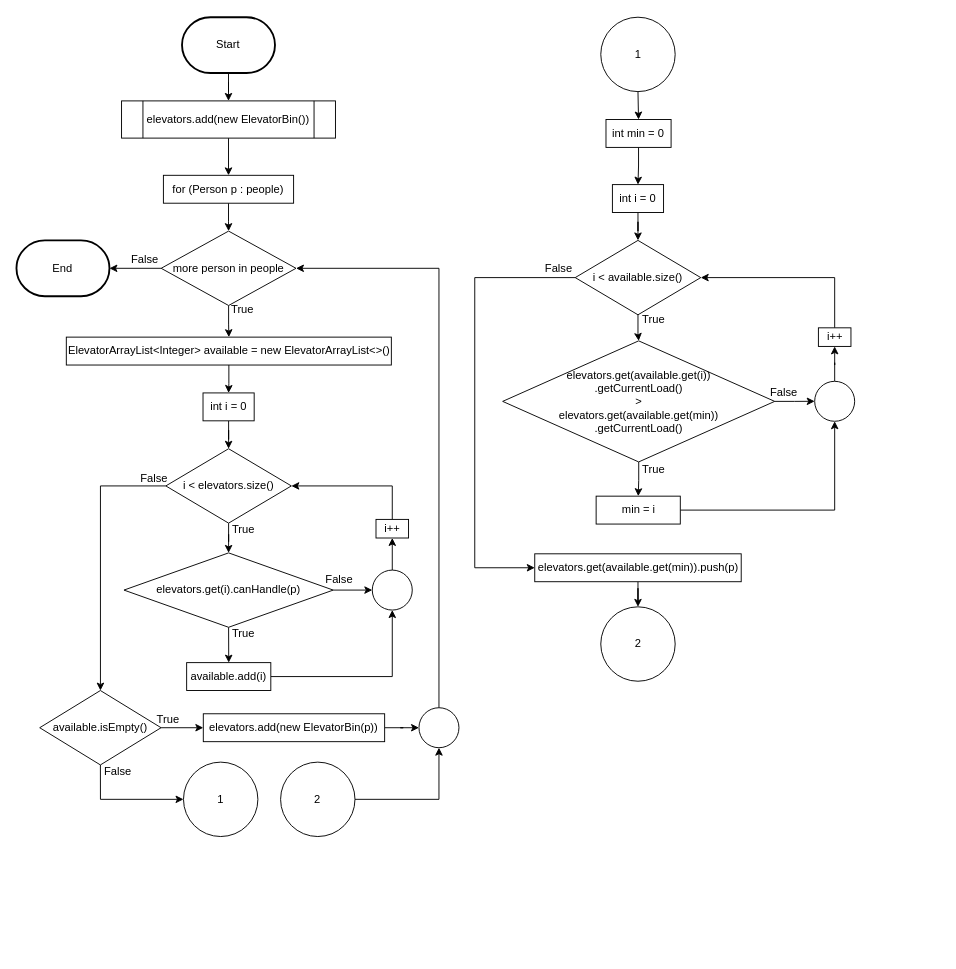
The draw.io diagram page "bestFit()" (2 of 5) of flowcharts/flowcharts.drawio in Violetlily6060/Algorithm, before the edit. Source tidied: cells renumbered, new cells numbered last; positions are measured from the earlier drawing's top-left corner, leaving out a move shared by most shapes. Both pictures are drawn from the tidied source at 93%, with x=0, y=0 at pixel (16, 17).
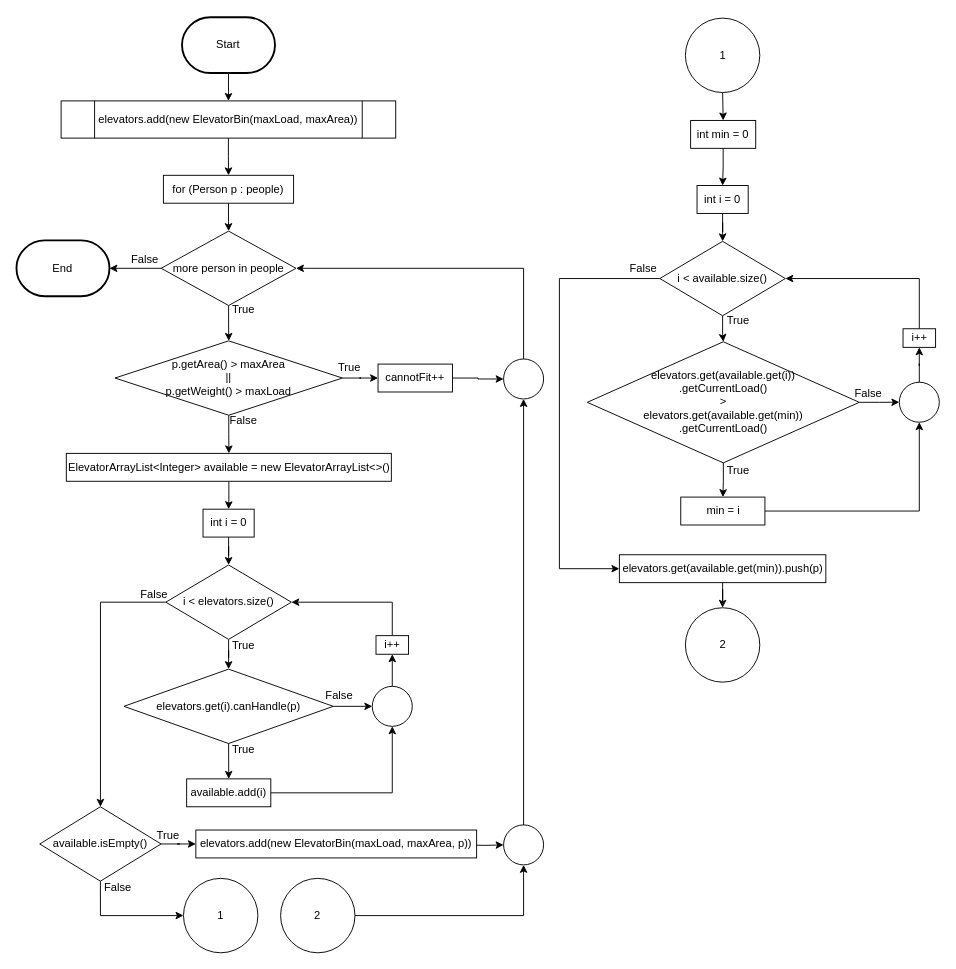
After the change.

The change refers to these unchanged cells:
```xml
<mxCell id="10" value="more person in people" style="rhombus;whiteSpace=wrap;html=1;" parent="1" vertex="1">
  <mxGeometry x="155.8" y="230" width="145" height="80" as="geometry" />
</mxCell>
```

The edit, as a diff of the source:
```diff
@@
-    <mxCell id="5" value="elevators.add(new ElevatorBin())" style="shape=process;whiteSpace=wrap;html=1;backgroundOutline=1;" parent="1" vertex="1">
-      <mxGeometry x="113.2" y="90" width="230" height="40" as="geometry" />
+    <mxCell id="5" value="elevators.add(new ElevatorBin(maxLoad, maxArea))" style="shape=process;whiteSpace=wrap;html=1;backgroundOutline=1;" parent="1" vertex="1">
+      <mxGeometry x="48.2" y="90" width="359.8" height="40" as="geometry" />
     </mxCell>
@@
-    <mxCell id="9" style="edgeStyle=orthogonalEdgeStyle;rounded=0;jettySize=auto;html=1;" parent="1" edge="1" source="10" target="22">
-      <mxGeometry relative="1" as="geometry" />
-    </mxCell>
+    <mxCell id="71" style="edgeStyle=orthogonalEdgeStyle;rounded=0;jettySize=auto;html=1;" parent="1" edge="1" source="10" target="75">
+      <mxGeometry relative="1" as="geometry" />
+    </mxCell>
@@
     <mxCell id="12" value="int i = 0" style="rounded=0;whiteSpace=wrap;html=1;" parent="1" vertex="1">
-      <mxGeometry x="200.8" y="404" width="55" height="30" as="geometry" />
+      <mxGeometry x="200.8" y="529" width="55" height="30" as="geometry" />
     </mxCell>
@@
     <mxCell id="15" value="i &amp;lt; elevators.size()" style="rhombus;whiteSpace=wrap;html=1;" parent="1" vertex="1">
-      <mxGeometry x="160.8" y="464" width="135" height="80" as="geometry" />
+      <mxGeometry x="160.8" y="589" width="135" height="80" as="geometry" />
     </mxCell>
@@
     <mxCell id="18" value="elevators.get(i).canHandle(p)" style="rhombus;whiteSpace=wrap;html=1;" parent="1" vertex="1">
-      <mxGeometry x="115.8" y="576" width="225" height="80" as="geometry" />
+      <mxGeometry x="115.8" y="701" width="225" height="80" as="geometry" />
     </mxCell>
@@
     <mxCell id="20" value="available.add(i)" style="rounded=0;whiteSpace=wrap;html=1;" parent="1" vertex="1">
-      <mxGeometry x="183.2" y="694" width="90.5" height="30" as="geometry" />
+      <mxGeometry x="183.2" y="819" width="90.5" height="30" as="geometry" />
     </mxCell>
@@
     <mxCell id="22" value="ElevatorArrayList&amp;lt;Integer&amp;gt; available = new ElevatorArrayList&amp;lt;&amp;gt;()" style="rounded=0;whiteSpace=wrap;html=1;" parent="1" vertex="1">
-      <mxGeometry x="53.8" y="344" width="349.5" height="30" as="geometry" />
+      <mxGeometry x="53.8" y="469" width="349.5" height="30" as="geometry" />
     </mxCell>
@@
     <mxCell id="24" value="i++" style="rounded=0;whiteSpace=wrap;html=1;" parent="1" vertex="1">
-      <mxGeometry x="386.8" y="540" width="35" height="20" as="geometry" />
+      <mxGeometry x="386.8" y="665" width="35" height="20" as="geometry" />
     </mxCell>
     <mxCell id="25" value="True" style="text;html=1;align=center;verticalAlign=middle;strokeColor=none;fillColor=none;" parent="1" vertex="1">
-      <mxGeometry x="217.8" y="300" width="50" height="30" as="geometry" />
+      <mxGeometry x="218.8" y="300" width="50" height="30" as="geometry" />
     </mxCell>
     <mxCell id="26" value="True" style="text;html=1;align=center;verticalAlign=middle;strokeColor=none;fillColor=none;" parent="1" vertex="1">
-      <mxGeometry x="218.8" y="536" width="50" height="30" as="geometry" />
+      <mxGeometry x="218.8" y="661" width="50" height="30" as="geometry" />
     </mxCell>
     <mxCell id="27" value="True" style="text;html=1;align=center;verticalAlign=middle;strokeColor=none;fillColor=none;" parent="1" vertex="1">
-      <mxGeometry x="218.8" y="648" width="50" height="30" as="geometry" />
+      <mxGeometry x="218.8" y="773" width="50" height="30" as="geometry" />
     </mxCell>
     <mxCell id="28" value="False" style="text;html=1;align=center;verticalAlign=middle;strokeColor=none;fillColor=none;" parent="1" vertex="1">
-      <mxGeometry x="322.2" y="590" width="50" height="30" as="geometry" />
+      <mxGeometry x="322.2" y="715" width="50" height="30" as="geometry" />
     </mxCell>
     <mxCell id="29" value="False" style="text;html=1;align=center;verticalAlign=middle;strokeColor=none;fillColor=none;" parent="1" vertex="1">
-      <mxGeometry x="123.2" y="481" width="50" height="30" as="geometry" />
+      <mxGeometry x="123.2" y="606" width="50" height="30" as="geometry" />
     </mxCell>
@@
     <mxCell id="33" style="ellipse;whiteSpace=wrap;html=1;" parent="1" vertex="1">
-      <mxGeometry x="382.8" y="594.5" width="43" height="43" as="geometry" />
+      <mxGeometry x="382.8" y="719.5" width="43" height="43" as="geometry" />
     </mxCell>
@@
     <mxCell id="36" value="available.isEmpty()" style="rhombus;whiteSpace=wrap;html=1;" parent="1" vertex="1">
-      <mxGeometry x="25.2" y="724" width="130.5" height="80" as="geometry" />
+      <mxGeometry x="25.2" y="849" width="130.5" height="80" as="geometry" />
     </mxCell>
-    <mxCell id="37" style="edgeStyle=orthogonalEdgeStyle;rounded=0;jettySize=auto;html=1;" parent="1" edge="1" source="38" target="58">
-      <mxGeometry relative="1" as="geometry" />
+    <mxCell id="37" style="edgeStyle=orthogonalEdgeStyle;rounded=0;jettySize=auto;html=1;" parent="1" edge="1" target="58">
+      <mxGeometry relative="1" as="geometry">
+        <mxPoint x="483" y="890" as="sourcePoint" />
+      </mxGeometry>
     </mxCell>
-    <mxCell id="38" value="elevators.add(new ElevatorBin(p))" style="rounded=0;whiteSpace=wrap;html=1;" parent="1" vertex="1">
-      <mxGeometry x="201.1" y="749" width="195" height="30" as="geometry" />
+    <mxCell id="38" value="elevators.add(new ElevatorBin(maxLoad, maxArea, p))" style="rounded=0;whiteSpace=wrap;html=1;" parent="1" vertex="1">
+      <mxGeometry x="193.1" y="874" width="301.9" height="30" as="geometry" />
     </mxCell>
     <mxCell id="39" value="True" style="text;html=1;align=center;verticalAlign=middle;strokeColor=none;fillColor=none;" parent="1" vertex="1">
-      <mxGeometry x="138.2" y="740" width="50" height="30" as="geometry" />
+      <mxGeometry x="138.2" y="865" width="50" height="30" as="geometry" />
     </mxCell>
@@
     <mxCell id="41" value="int min = 0" style="rounded=0;whiteSpace=wrap;html=1;" parent="1" vertex="1">
-      <mxGeometry x="634.1" y="110" width="70" height="30" as="geometry" />
+      <mxGeometry x="725.1" y="111" width="70" height="30" as="geometry" />
     </mxCell>
     <mxCell id="42" value="False" style="text;html=1;align=center;verticalAlign=middle;strokeColor=none;fillColor=none;" parent="1" vertex="1">
-      <mxGeometry x="84.2" y="796" width="50" height="30" as="geometry" />
+      <mxGeometry x="84.2" y="921" width="50" height="30" as="geometry" />
     </mxCell>
@@
     <mxCell id="44" value="int i = 0" style="rounded=0;whiteSpace=wrap;html=1;" parent="1" vertex="1">
-      <mxGeometry x="641" y="180" width="55" height="30" as="geometry" />
+      <mxGeometry x="732" y="181" width="55" height="30" as="geometry" />
     </mxCell>
@@
     <mxCell id="46" style="edgeStyle=orthogonalEdgeStyle;rounded=0;jettySize=auto;html=1;exitX=0;exitY=0.5;exitDx=0;exitDy=0;entryX=0;entryY=0.5;entryDx=0;entryDy=0;" parent="1" edge="1" source="47" target="65">
       <mxGeometry relative="1" as="geometry">
         <Array as="points">
-          <mxPoint x="493" y="280" />
-          <mxPoint x="493" y="592" />
+          <mxPoint x="584" y="281" />
+          <mxPoint x="584" y="593" />
         </Array>
       </mxGeometry>
     </mxCell>
     <mxCell id="47" value="i &amp;lt; available.size()" style="rhombus;whiteSpace=wrap;html=1;" parent="1" vertex="1">
-      <mxGeometry x="601" y="240" width="135" height="80" as="geometry" />
+      <mxGeometry x="692" y="241" width="135" height="80" as="geometry" />
     </mxCell>
@@
     <mxCell id="50" value="elevators.get(available.get(i))&lt;div&gt;.getCurrentLoad()&lt;br&gt;&amp;gt;&lt;div&gt;elevators.get(available.get(min))&lt;/div&gt;&lt;div&gt;.getCurrentLoad()&lt;/div&gt;&lt;/div&gt;" style="rhombus;whiteSpace=wrap;html=1;" parent="1" vertex="1">
-      <mxGeometry x="523" y="348" width="292.5" height="130.2" as="geometry" />
+      <mxGeometry x="614" y="349" width="292.5" height="130.2" as="geometry" />
     </mxCell>
@@
     <mxCell id="52" value="min = i" style="rounded=0;whiteSpace=wrap;html=1;" parent="1" vertex="1">
-      <mxGeometry x="623.5" y="515" width="90.5" height="30" as="geometry" />
+      <mxGeometry x="714.5" y="516" width="90.5" height="30" as="geometry" />
     </mxCell>
@@
     <mxCell id="54" value="i++" style="rounded=0;whiteSpace=wrap;html=1;" parent="1" vertex="1">
-      <mxGeometry x="862.5" y="334" width="35" height="20" as="geometry" />
+      <mxGeometry x="953.5" y="335" width="35" height="20" as="geometry" />
     </mxCell>
@@
     <mxCell id="56" style="ellipse;whiteSpace=wrap;html=1;" parent="1" vertex="1">
-      <mxGeometry x="858.5" y="391.5" width="43" height="43" as="geometry" />
+      <mxGeometry x="949.5" y="392.5" width="43" height="43" as="geometry" />
     </mxCell>
-    <mxCell id="57" style="edgeStyle=orthogonalEdgeStyle;rounded=0;jettySize=auto;html=1;exitX=0.5;exitY=0;exitDx=0;exitDy=0;entryX=1;entryY=0.5;entryDx=0;entryDy=0;" parent="1" edge="1" source="58" target="10">
+    <mxCell id="57" style="edgeStyle=orthogonalEdgeStyle;rounded=0;jettySize=auto;html=1;exitX=0.5;exitY=0;exitDx=0;exitDy=0;entryX=1;entryY=0.5;entryDx=0;entryDy=0;" parent="1" edge="1" source="80" target="10">
       <mxGeometry relative="1" as="geometry" />
     </mxCell>
+    <mxCell id="72" style="edgeStyle=orthogonalEdgeStyle;rounded=0;jettySize=auto;html=1;exitX=0.5;exitY=0;exitDx=0;exitDy=0;entryX=0.5;entryY=1;entryDx=0;entryDy=0;" parent="1" edge="1" source="58" target="80">
+      <mxGeometry relative="1" as="geometry" />
+    </mxCell>
     <mxCell id="58" style="ellipse;whiteSpace=wrap;html=1;" parent="1" vertex="1">
-      <mxGeometry x="433" y="742.5" width="43" height="43" as="geometry" />
+      <mxGeometry x="524" y="868.5" width="43" height="43" as="geometry" />
     </mxCell>
     <mxCell id="59" value="1" style="ellipse;whiteSpace=wrap;html=1;" parent="1" vertex="1">
-      <mxGeometry x="179.8" y="801" width="80" height="80" as="geometry" />
+      <mxGeometry x="179.8" y="926" width="80" height="80" as="geometry" />
     </mxCell>
@@
     <mxCell id="61" value="2" style="ellipse;whiteSpace=wrap;html=1;" parent="1" vertex="1">
-      <mxGeometry x="284.2" y="801" width="80" height="80" as="geometry" />
+      <mxGeometry x="284.2" y="926" width="80" height="80" as="geometry" />
     </mxCell>
@@
     <mxCell id="63" value="1" style="ellipse;whiteSpace=wrap;html=1;" parent="1" vertex="1">
-      <mxGeometry x="628.5" width="80" height="80" as="geometry" />
+      <mxGeometry x="719.5" y="1" width="80" height="80" as="geometry" />
     </mxCell>
@@
     <mxCell id="65" value="elevators.get(available.get(min)).push(p)" style="rounded=0;whiteSpace=wrap;html=1;" parent="1" vertex="1">
-      <mxGeometry x="557.5" y="577" width="222" height="30" as="geometry" />
+      <mxGeometry x="648.5" y="578" width="222" height="30" as="geometry" />
     </mxCell>
     <mxCell id="66" value="True" style="text;html=1;align=center;verticalAlign=middle;strokeColor=none;fillColor=none;" parent="1" vertex="1">
-      <mxGeometry x="660" y="472" width="50" height="30" as="geometry" />
+      <mxGeometry x="751" y="473" width="50" height="30" as="geometry" />
     </mxCell>
     <mxCell id="67" value="False" style="text;html=1;align=center;verticalAlign=middle;strokeColor=none;fillColor=none;" parent="1" vertex="1">
-      <mxGeometry x="800" y="389" width="50" height="30" as="geometry" />
+      <mxGeometry x="891" y="390" width="50" height="30" as="geometry" />
     </mxCell>
     <mxCell id="68" value="2" style="ellipse;whiteSpace=wrap;html=1;" parent="1" vertex="1">
-      <mxGeometry x="628.5" y="634" width="80" height="80" as="geometry" />
+      <mxGeometry x="719.5" y="635" width="80" height="80" as="geometry" />
     </mxCell>
     <mxCell id="69" value="True" style="text;html=1;align=center;verticalAlign=middle;strokeColor=none;fillColor=none;" parent="1" vertex="1">
-      <mxGeometry x="660" y="310" width="50" height="30" as="geometry" />
+      <mxGeometry x="751" y="311" width="50" height="30" as="geometry" />
     </mxCell>
     <mxCell id="70" value="False" style="text;html=1;align=center;verticalAlign=middle;strokeColor=none;fillColor=none;" parent="1" vertex="1">
-      <mxGeometry x="557.5" y="255" width="50" height="30" as="geometry" />
+      <mxGeometry x="648.5" y="256" width="50" height="30" as="geometry" />
     </mxCell>
+    <mxCell id="73" style="edgeStyle=orthogonalEdgeStyle;rounded=0;jettySize=auto;html=1;" parent="1" edge="1" source="75" target="78">
+      <mxGeometry relative="1" as="geometry" />
+    </mxCell>
+    <mxCell id="74" style="edgeStyle=orthogonalEdgeStyle;rounded=0;jettySize=auto;html=1;" parent="1" edge="1" source="75" target="22">
+      <mxGeometry relative="1" as="geometry" />
+    </mxCell>
+    <mxCell id="75" value="p.getArea() &amp;gt; maxArea&lt;br&gt;||&lt;div&gt;p.getWeight() &amp;gt; maxLoad&lt;/div&gt;" style="rhombus;whiteSpace=wrap;html=1;" parent="1" vertex="1">
+      <mxGeometry x="106.2" y="348" width="244.5" height="80" as="geometry" />
+    </mxCell>
+    <mxCell id="76" value="False" style="text;html=1;align=center;verticalAlign=middle;strokeColor=none;fillColor=none;" parent="1" vertex="1">
+      <mxGeometry x="218.8" y="419" width="50" height="30" as="geometry" />
+    </mxCell>
+    <mxCell id="77" style="edgeStyle=orthogonalEdgeStyle;rounded=0;jettySize=auto;html=1;" parent="1" edge="1" source="78" target="80">
+      <mxGeometry relative="1" as="geometry" />
+    </mxCell>
+    <mxCell id="78" value="cannotFit++" style="rounded=0;whiteSpace=wrap;html=1;" parent="1" vertex="1">
+      <mxGeometry x="389" y="373" width="80" height="30" as="geometry" />
+    </mxCell>
+    <mxCell id="79" value="True" style="text;html=1;align=center;verticalAlign=middle;strokeColor=none;fillColor=none;" parent="1" vertex="1">
+      <mxGeometry x="332.8" y="361.5" width="50" height="30" as="geometry" />
+    </mxCell>
+    <mxCell id="80" style="ellipse;whiteSpace=wrap;html=1;" parent="1" vertex="1">
+      <mxGeometry x="524" y="367.5" width="43" height="43" as="geometry" />
+    </mxCell>
```
